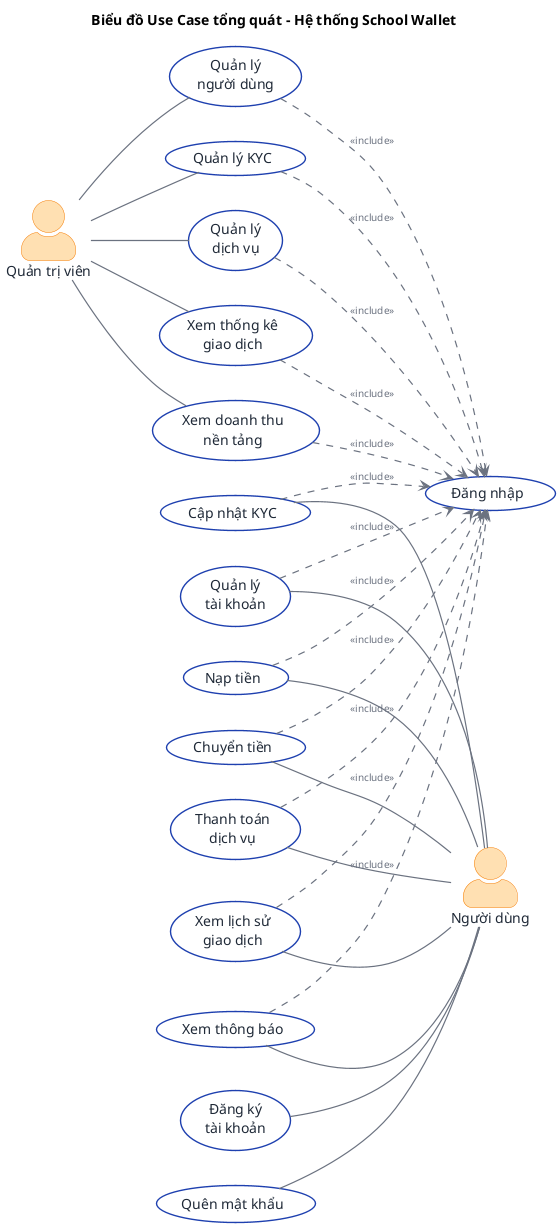
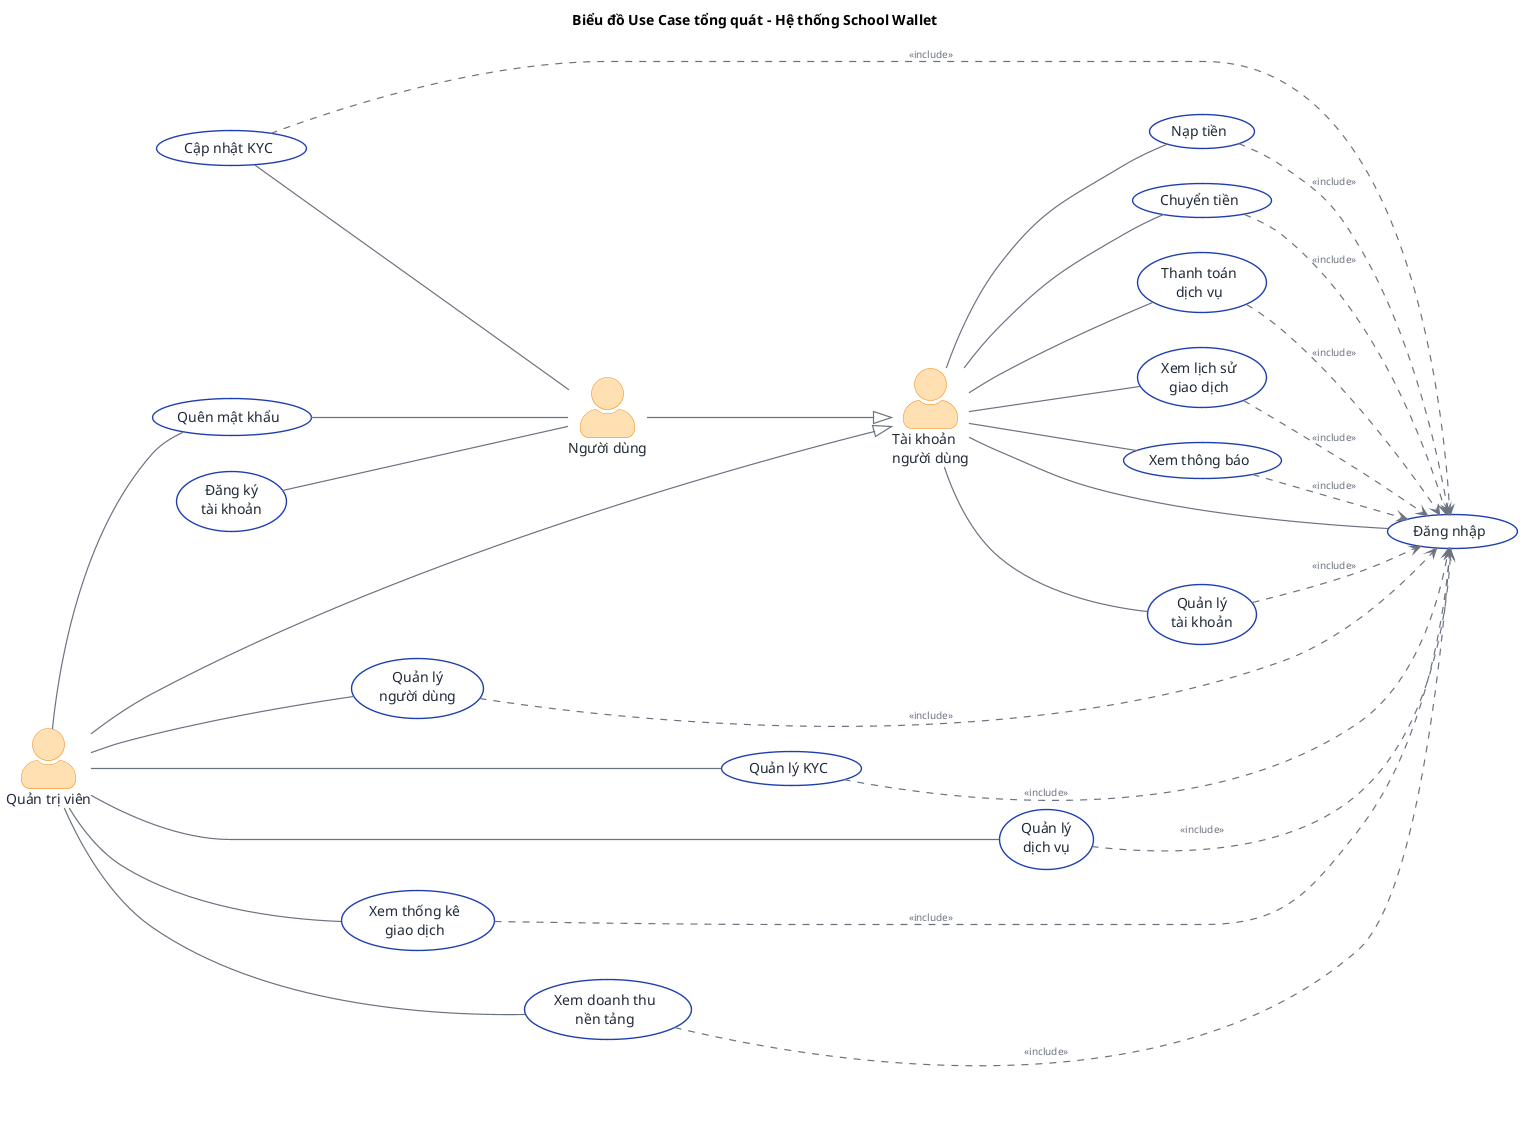
@startuml use-case-diagram
title Biểu đồ Use Case tổng quát - Hệ thống School Wallet

skinparam shadowing false
skinparam defaultFontName Arial
skinparam packageStyle rectangle
skinparam actorStyle awesome

skinparam usecase {
    BackgroundColor #FFFFFF
    BorderColor #1E40AF
    BorderThickness 1.4
    FontColor #1F2937
    ArrowColor #6B7280
}
skinparam actor {
    BackgroundColor #FFE0B2
    BorderColor #F57C00
    FontColor #1F2937
}
skinparam ArrowColor #6B7280
skinparam ArrowThickness 1.2
skinparam ArrowFontSize 10
skinparam ArrowFontColor #6B7280

left to right direction

- actor "Quản trị viên" as admin
- actor "Người dùng" as user
+ ' ============= ACTORS =============
+ ' Tài khoản: actor trừu tượng, đại diện mọi người dùng đã đăng nhập
+ actor "Tài khoản\nngười dùng" as Account
+ actor "Người dùng" as User
+ actor "Quản trị viên" as Admin

- ' ========= USE CASE CHUNG (CENTER) =========
+ ' Quan hệ kế thừa: User và Admin đều là một dạng Tài khoản người dùng
+ User  --|> Account
+ Admin --|> Account
+ 
+ ' ============= USE CASE CHUNG (CENTER) =============
usecase "Đăng nhập" as UC_Login

- ' ========= USE CASE CHO ADMIN =========
- usecase "Quản lý\nngười dùng" as UC_AdminUser
- usecase "Quản lý KYC" as UC_AdminKYC
- usecase "Quản lý\ndịch vụ" as UC_AdminMerchant
- usecase "Xem thống kê\ngiao dịch" as UC_AdminStats
- usecase "Xem doanh thu\nnền tảng" as UC_AdminRevenue
- 
- ' ========= USE CASE CHO USER =========
+ ' ============= USE CASE PUBLIC (không cần đăng nhập) =============
usecase "Đăng ký\ntài khoản" as UC_Register
usecase "Quên mật khẩu" as UC_ForgotPwd
- usecase "Cập nhật KYC" as UC_KYC
+ 
+ ' ============= USE CASE CHUNG CHO TÀI KHOẢN =============
+ ' (Cả User và Admin đều có quyền sử dụng do kế thừa Account)
usecase "Quản lý\ntài khoản" as UC_Profile
usecase "Nạp tiền" as UC_TopUp
usecase "Chuyển tiền" as UC_Transfer
usecase "Thanh toán\ndịch vụ" as UC_Payment
usecase "Xem lịch sử\ngiao dịch" as UC_History
usecase "Xem thông báo" as UC_Notification

- ' ========= LIÊN KẾT ADMIN ↔ USE CASE =========
- admin -- UC_AdminUser
- admin -- UC_AdminKYC
- admin -- UC_AdminMerchant
- admin -- UC_AdminStats
- admin -- UC_AdminRevenue
+ ' ============= USE CASE CHỈ DÀNH CHO USER =============
+ usecase "Cập nhật KYC" as UC_KYC

- ' ========= LIÊN KẾT USER ↔ USE CASE =========
- UC_Register -- user
- UC_ForgotPwd -- user
- UC_KYC -- user
- UC_Profile -- user
- UC_TopUp -- user
- UC_Transfer -- user
- UC_Payment -- user
- UC_History -- user
- UC_Notification -- user
+ ' ============= USE CASE CHỈ DÀNH CHO ADMIN =============
+ usecase "Quản lý\nngười dùng" as UC_AdminUser
+ usecase "Quản lý KYC" as UC_AdminKYC
+ usecase "Quản lý\ndịch vụ" as UC_AdminMerchant
+ usecase "Xem thống kê\ngiao dịch" as UC_AdminStats
+ usecase "Xem doanh thu\nnền tảng" as UC_AdminRevenue

- ' ========= QUAN HỆ <<include>> =========
+ ' ============= LIÊN KẾT ACTOR ↔ USE CASE =============
+ ' User: đăng ký + KYC (admin không cần)
+ UC_Register  -- User
+ UC_KYC       -- User
+ 
+ ' Quên mật khẩu: cả 2 đều có thể dùng
+ UC_ForgotPwd -- User
+ Admin -- UC_ForgotPwd
+ 
+ ' Đăng nhập + use case chung: gán cho Account (User & Admin tự kế thừa)
+ Account -- UC_Login
+ Account -- UC_Profile
+ Account -- UC_TopUp
+ Account -- UC_Transfer
+ Account -- UC_Payment
+ Account -- UC_History
+ Account -- UC_Notification
+ 
+ ' Use case chỉ Admin
+ Admin -- UC_AdminUser
+ Admin -- UC_AdminKYC
+ Admin -- UC_AdminMerchant
+ Admin -- UC_AdminStats
+ Admin -- UC_AdminRevenue
+ 
+ ' ============= QUAN HỆ <<include>> =============
' Mọi chức năng cần xác thực đều phải đăng nhập trước
- UC_AdminUser     ..> UC_Login : <<include>>
- UC_AdminKYC      ..> UC_Login : <<include>>
- UC_AdminMerchant ..> UC_Login : <<include>>
- UC_AdminStats    ..> UC_Login : <<include>>
- UC_AdminRevenue  ..> UC_Login : <<include>>
- 
- UC_KYC          ..> UC_Login : <<include>>
UC_Profile      ..> UC_Login : <<include>>
UC_TopUp        ..> UC_Login : <<include>>
UC_Transfer     ..> UC_Login : <<include>>
UC_Payment      ..> UC_Login : <<include>>
UC_History      ..> UC_Login : <<include>>
UC_Notification ..> UC_Login : <<include>>

+ UC_KYC          ..> UC_Login : <<include>>
+ 
+ UC_AdminUser     ..> UC_Login : <<include>>
+ UC_AdminKYC      ..> UC_Login : <<include>>
+ UC_AdminMerchant ..> UC_Login : <<include>>
+ UC_AdminStats    ..> UC_Login : <<include>>
+ UC_AdminRevenue  ..> UC_Login : <<include>>
+ 
@enduml
